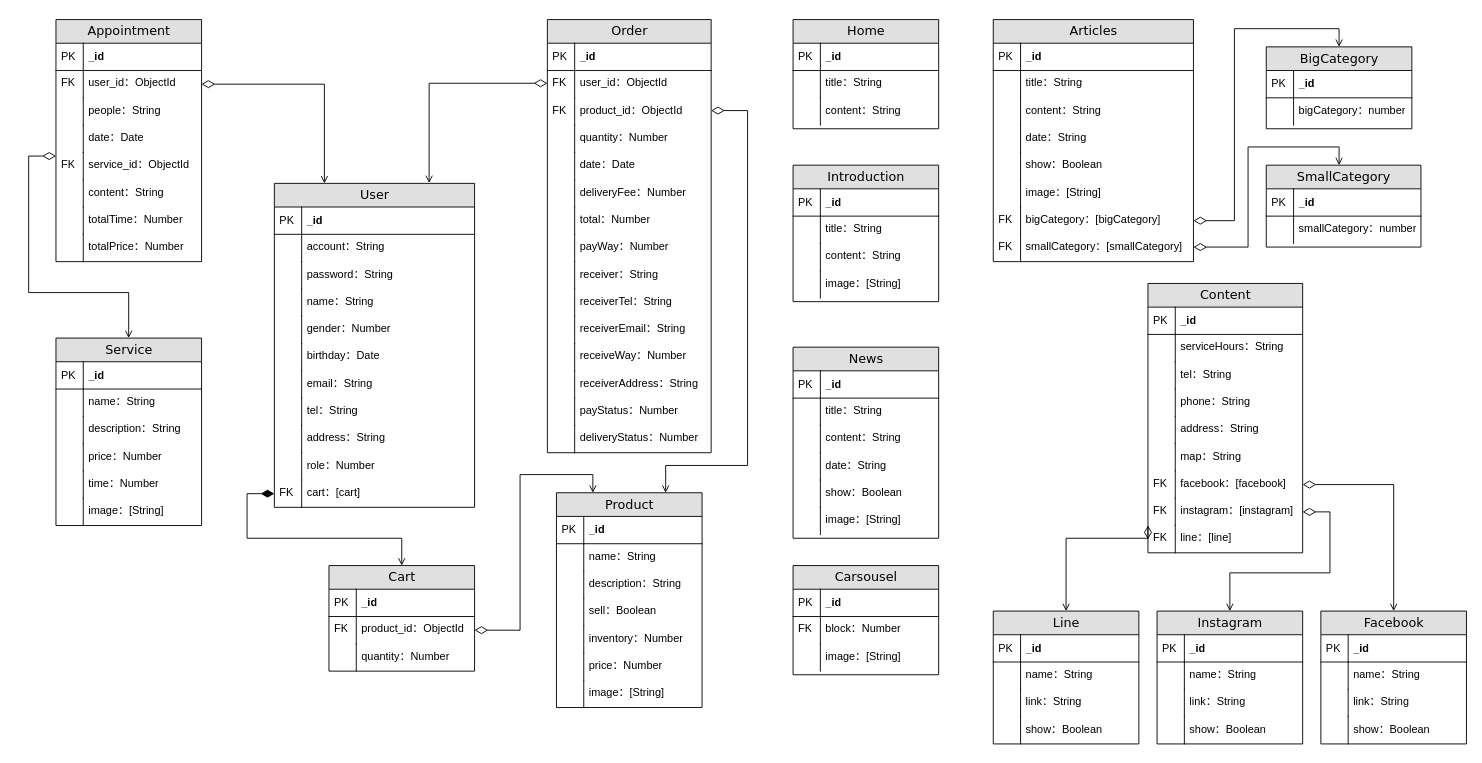
This is 法師事務所資料結構圖.drawio from Mudi0710/MasterFirm-back, a draw.io file, before an edit. Source tidied: cells renumbered, new cells numbered last; positions are measured from the earlier drawing's top-left corner, leaving out a move shared by most shapes. Both pictures are drawn from the tidied source at 91%, with x=0, y=0 at pixel (28, 19).
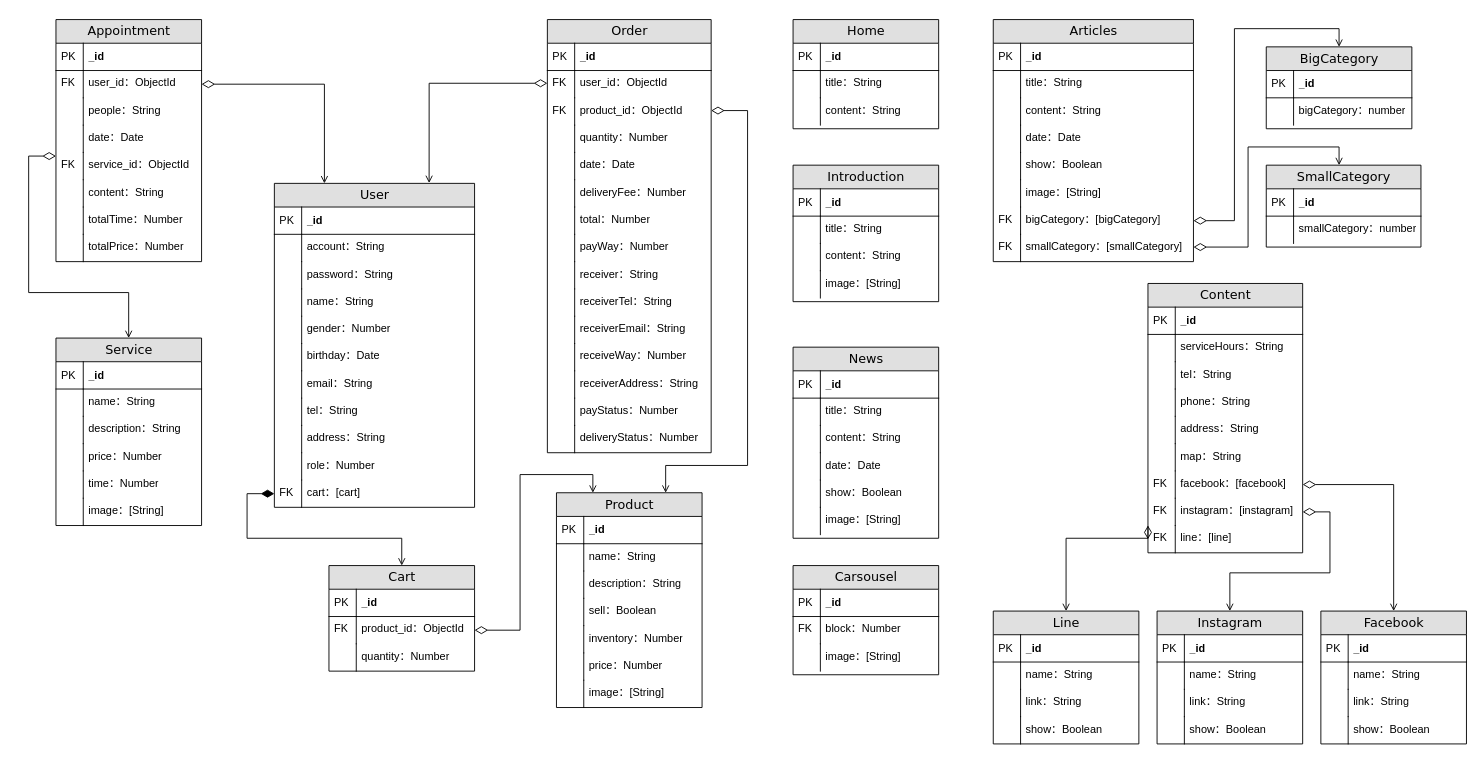
The same diagram, later.

Commit message (it also covers changes not shown here):
更新-法師事務所資料結構圖.drawio

Unchanged cells that the change refers to:
```xml
<mxCell id="115" value="News" style="swimlane;html=1;fontStyle=0;horizontal=1;startSize=26;fillColor=#e0e0e0;swimlaneFillColor=#ffffff;align=center;rounded=0;shadow=0;comic=0;labelBackgroundColor=none;strokeWidth=1;fontFamily=Verdana;fontSize=14;" parent="1" vertex="1">
  <mxGeometry x="840" y="360" width="160" height="210" as="geometry" />
</mxCell>
<mxCell id="128" value="Articles" style="swimlane;html=1;fontStyle=0;horizontal=1;startSize=26;fillColor=#e0e0e0;swimlaneFillColor=#ffffff;align=center;rounded=0;shadow=0;comic=0;labelBackgroundColor=none;strokeWidth=1;fontFamily=Verdana;fontSize=14;" parent="1" vertex="1">
  <mxGeometry x="1060" width="220" height="266" as="geometry" />
</mxCell>
```

Diff of the diagram source:
```diff
@@
-    <mxCell id="122" value="date：String" style="shape=partialRectangle;top=0;left=0;right=0;bottom=0;html=1;align=left;verticalAlign=top;fillColor=none;spacingLeft=34;spacingRight=4;whiteSpace=wrap;overflow=hidden;" parent="115" vertex="1">
+    <mxCell id="122" value="date：Date" style="shape=partialRectangle;top=0;left=0;right=0;bottom=0;html=1;align=left;verticalAlign=top;fillColor=none;spacingLeft=34;spacingRight=4;whiteSpace=wrap;overflow=hidden;" parent="115" vertex="1">
       <mxGeometry y="116" width="160" height="30" as="geometry" />
     </mxCell>
@@
-    <mxCell id="135" value="date：String" style="shape=partialRectangle;top=0;left=0;right=0;bottom=0;html=1;align=left;verticalAlign=top;fillColor=none;spacingLeft=34;spacingRight=4;whiteSpace=wrap;overflow=hidden;" parent="128" vertex="1">
+    <mxCell id="135" value="date：Date" style="shape=partialRectangle;top=0;left=0;right=0;bottom=0;html=1;align=left;verticalAlign=top;fillColor=none;spacingLeft=34;spacingRight=4;whiteSpace=wrap;overflow=hidden;" parent="128" vertex="1">
       <mxGeometry y="116" width="220" height="30" as="geometry" />
     </mxCell>
```
